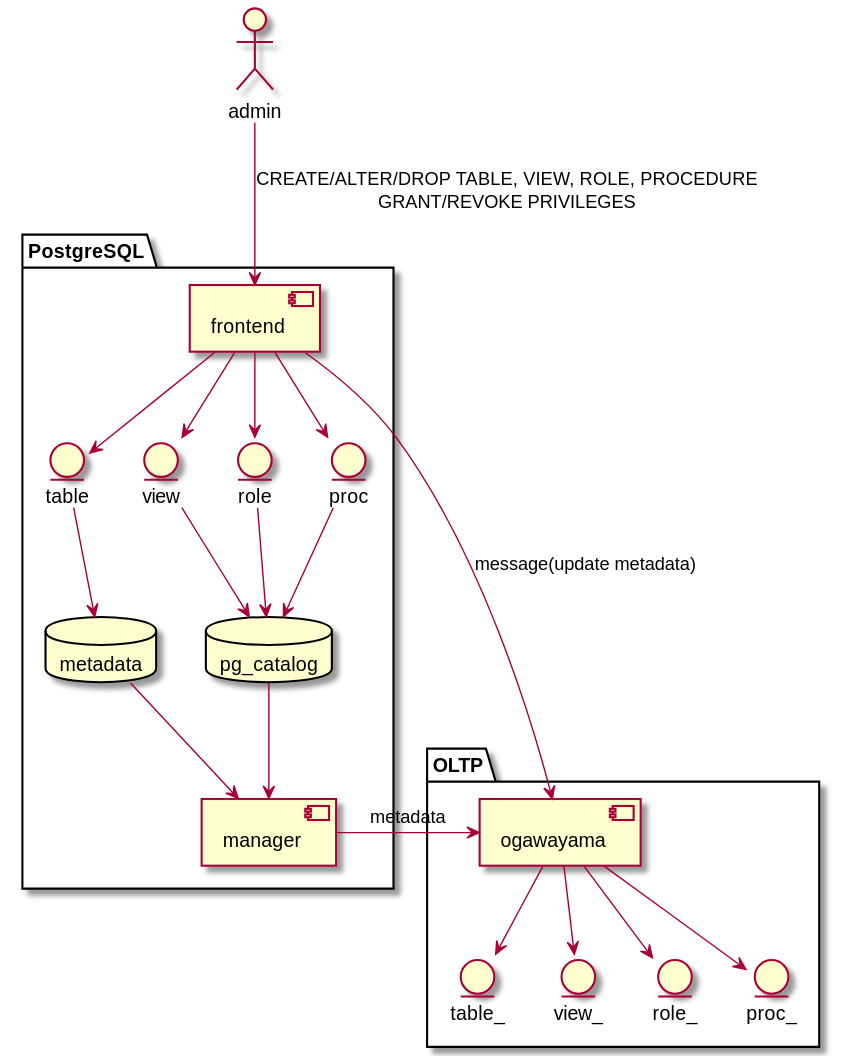
Above: metadata-manager/docs/design/user_management/images/UserManagement_BD/metadata.svg in project-tsurugi/metadata-manager (PlantUML), before the change.
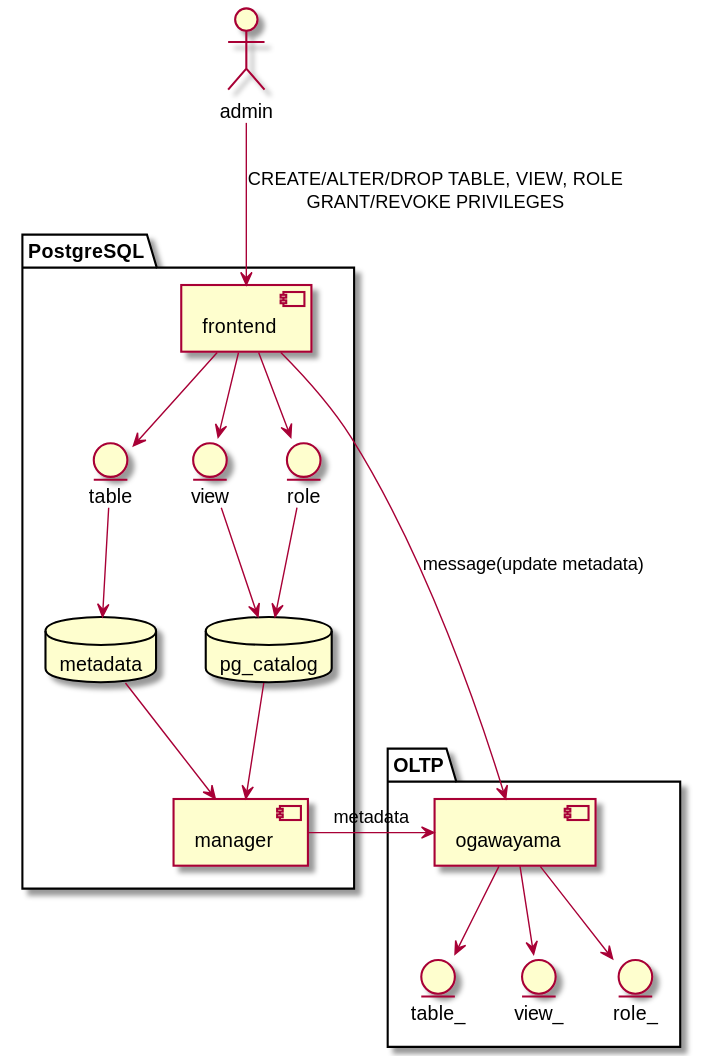
After the commit.

What changed in the source:
```diff
@@ -8,16 +8,13 @@
   entity table
   entity view
   entity role
-  entity proc
 
   frontend --> table
   frontend --> view
   frontend --> role
-  frontend --> proc
   table --> metadata
   view --> pg_catalog
   role --> pg_catalog
-  proc --> pg_catalog
   metadata --> manager
   pg_catalog --> manager
 }
@@ -26,16 +23,14 @@
   entity table_
   entity view_
   entity role_
-  entity proc_
   component ogawayama
 
   ogawayama --> role_
   ogawayama --> table_
   ogawayama --> view_
-  ogawayama --> proc_
 }
 
-admin --> frontend : "CREATE/ALTER/DROP TABLE, VIEW, ROLE, PROCEDURE\nGRANT/REVOKE PRIVILEGES"
+admin --> frontend : "CREATE/ALTER/DROP TABLE, VIEW, ROLE\nGRANT/REVOKE PRIVILEGES"
 frontend -> ogawayama : message(update metadata)
 manager -> ogawayama : metadata
 @enduml
```
